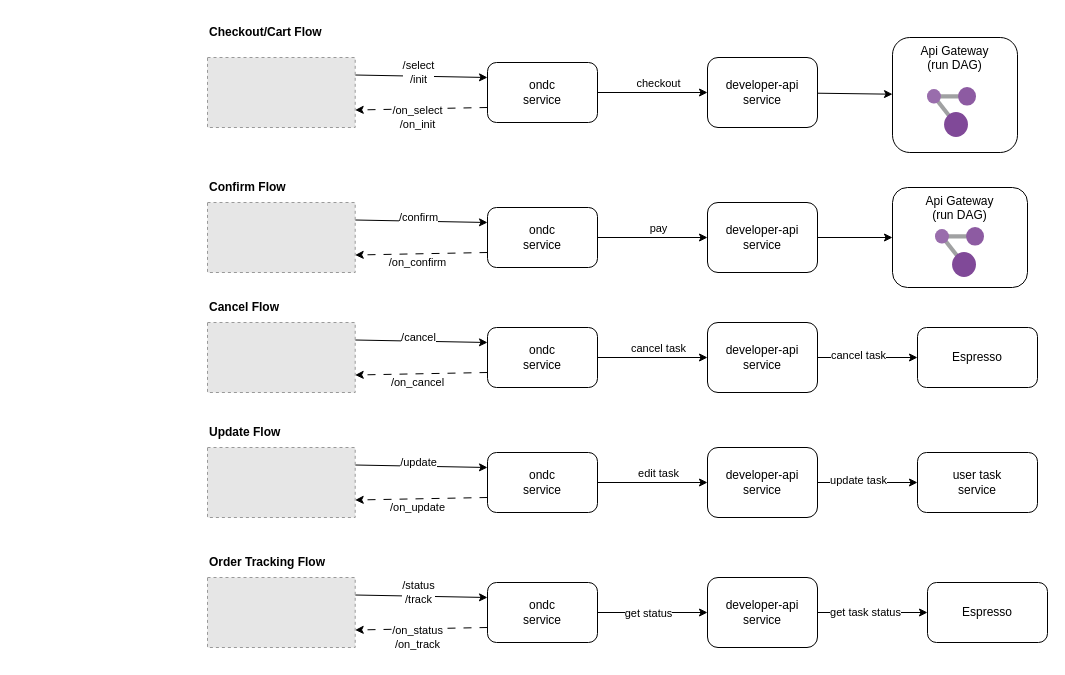
The draw.io diagram ONDC_create_task.drawio in ankush1106/temp, before the edit. Source tidied: cells renumbered, new cells numbered last; positions are measured from the earlier drawing's top-left corner, leaving out a move shared by most shapes. Both pictures are drawn from the tidied source at 100%, with x=0, y=0 at pixel (207, 17). Pictures stored in the file or linked from it are replaced by grey dashed boxes.
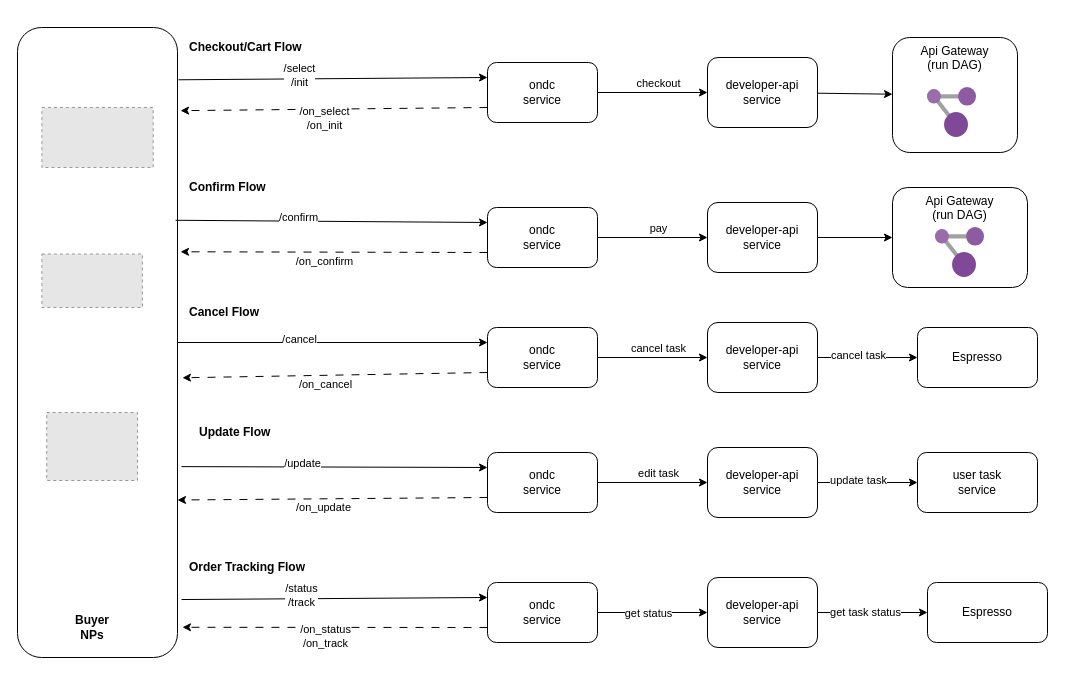
After the change.

The change refers to these unchanged cells:
```xml
<mxCell id="8" value="ondc&lt;br&gt;service" style="rounded=1;whiteSpace=wrap;html=1;" parent="1" vertex="1">
  <mxGeometry x="280" y="45" width="110" height="60" as="geometry" />
</mxCell>
<mxCell id="19" value="ondc&lt;br&gt;service" style="rounded=1;whiteSpace=wrap;html=1;" parent="1" vertex="1">
  <mxGeometry x="280" y="190" width="110" height="60" as="geometry" />
</mxCell>
<mxCell id="30" value="ondc&lt;br&gt;service" style="rounded=1;whiteSpace=wrap;html=1;" parent="1" vertex="1">
  <mxGeometry x="280" y="565" width="110" height="60" as="geometry" />
</mxCell>
<mxCell id="41" value="ondc&lt;br&gt;service" style="rounded=1;whiteSpace=wrap;html=1;" parent="1" vertex="1">
  <mxGeometry x="280" y="310" width="110" height="60" as="geometry" />
</mxCell>
<mxCell id="52" value="ondc&lt;br&gt;service" style="rounded=1;whiteSpace=wrap;html=1;" parent="1" vertex="1">
  <mxGeometry x="280" y="435" width="110" height="60" as="geometry" />
</mxCell>
```

Change to the diagram source:
```diff
@@
-    <mxCell id="2" style="rounded=0;jettySize=auto;html=1;exitX=1;exitY=0.25;exitDx=0;exitDy=0;entryX=0;entryY=0.25;entryDx=0;entryDy=0;" parent="1" edge="1" source="4" target="8">
+    <mxCell id="2" style="rounded=0;jettySize=auto;html=1;exitX=1.006;exitY=0.083;exitDx=0;exitDy=0;entryX=0;entryY=0.25;entryDx=0;entryDy=0;exitPerimeter=0;" parent="1" edge="1" source="62" target="8">
       <mxGeometry relative="1" as="geometry" />
     </mxCell>
@@
-    <mxCell id="4" style="fillColor=#E6E6E6;strokeColor=#999999;dashed=1;verticalLabelPosition=bottom;labelBackgroundColor=default;verticalAlign=top;" parent="1" vertex="1">
-      <mxGeometry y="40" width="147.7" height="70" as="geometry" />
-    </mxCell>
@@
-    <mxCell id="7" value="/on_select&lt;br&gt;/on_init" style="edgeStyle=none;rounded=0;jettySize=auto;html=1;exitX=0;exitY=0.75;exitDx=0;exitDy=0;entryX=1;entryY=0.75;entryDx=0;entryDy=0;dashed=1;dashPattern=8 8;" parent="1" edge="1" source="8" target="4">
+    <mxCell id="7" value="/on_select&lt;br&gt;/on_init" style="edgeStyle=none;rounded=0;jettySize=auto;html=1;exitX=0;exitY=0.75;exitDx=0;exitDy=0;entryX=1.019;entryY=0.132;entryDx=0;entryDy=0;dashed=1;dashPattern=8 8;entryPerimeter=0;" parent="1" edge="1" source="8" target="62">
       <mxGeometry x="0.06" y="9" relative="1" as="geometry" />
     </mxCell>
@@
-    <mxCell id="13" style="rounded=0;jettySize=auto;html=1;exitX=1;exitY=0.25;exitDx=0;exitDy=0;entryX=0;entryY=0.25;entryDx=0;entryDy=0;" parent="1" edge="1" source="15" target="19">
+    <mxCell id="13" style="rounded=0;jettySize=auto;html=1;exitX=0.988;exitY=0.306;exitDx=0;exitDy=0;entryX=0;entryY=0.25;entryDx=0;entryDy=0;exitPerimeter=0;" parent="1" edge="1" source="62" target="19">
       <mxGeometry relative="1" as="geometry" />
     </mxCell>
@@
-    <mxCell id="15" style="fillColor=#E6E6E6;strokeColor=#999999;dashed=1;verticalLabelPosition=bottom;labelBackgroundColor=default;verticalAlign=top;" parent="1" vertex="1">
-      <mxGeometry y="185" width="147.7" height="70" as="geometry" />
-    </mxCell>
@@
-    <mxCell id="18" value="/on_confirm" style="edgeStyle=none;rounded=0;jettySize=auto;html=1;exitX=0;exitY=0.75;exitDx=0;exitDy=0;entryX=1;entryY=0.75;entryDx=0;entryDy=0;dashed=1;dashPattern=8 8;" parent="1" edge="1" source="19" target="15">
+    <mxCell id="18" value="/on_confirm" style="edgeStyle=none;rounded=0;jettySize=auto;html=1;exitX=0;exitY=0.75;exitDx=0;exitDy=0;entryX=1.019;entryY=0.356;entryDx=0;entryDy=0;dashed=1;dashPattern=8 8;entryPerimeter=0;" parent="1" edge="1" source="19" target="62">
       <mxGeometry x="0.06" y="9" relative="1" as="geometry" />
     </mxCell>
@@
-    <mxCell id="24" style="rounded=0;jettySize=auto;html=1;exitX=1;exitY=0.25;exitDx=0;exitDy=0;entryX=0;entryY=0.25;entryDx=0;entryDy=0;" parent="1" edge="1" source="26" target="30">
+    <mxCell id="24" style="rounded=0;jettySize=auto;html=1;exitX=1.025;exitY=0.908;exitDx=0;exitDy=0;entryX=0;entryY=0.25;entryDx=0;entryDy=0;exitPerimeter=0;" parent="1" edge="1" source="62" target="30">
       <mxGeometry relative="1" as="geometry" />
     </mxCell>
@@
-    <mxCell id="26" style="fillColor=#E6E6E6;strokeColor=#999999;dashed=1;verticalLabelPosition=bottom;labelBackgroundColor=default;verticalAlign=top;" parent="1" vertex="1">
-      <mxGeometry y="560" width="147.7" height="70" as="geometry" />
-    </mxCell>
@@
-    <mxCell id="29" value="/on_status&lt;br&gt;/on_track" style="edgeStyle=none;rounded=0;jettySize=auto;html=1;exitX=0;exitY=0.75;exitDx=0;exitDy=0;entryX=1;entryY=0.75;entryDx=0;entryDy=0;dashed=1;dashPattern=8 8;" parent="1" edge="1" source="30" target="26">
+    <mxCell id="29" value="/on_status&lt;br&gt;/on_track" style="edgeStyle=none;rounded=0;jettySize=auto;html=1;exitX=0;exitY=0.75;exitDx=0;exitDy=0;entryX=1.031;entryY=0.952;entryDx=0;entryDy=0;dashed=1;dashPattern=8 8;entryPerimeter=0;" parent="1" edge="1" source="30" target="62">
       <mxGeometry x="0.06" y="9" relative="1" as="geometry" />
     </mxCell>
@@
-    <mxCell id="35" style="rounded=0;jettySize=auto;html=1;exitX=1;exitY=0.25;exitDx=0;exitDy=0;entryX=0;entryY=0.25;entryDx=0;entryDy=0;" parent="1" edge="1" source="37" target="41">
+    <mxCell id="35" style="rounded=0;jettySize=auto;html=1;exitX=1;exitY=0.5;exitDx=0;exitDy=0;entryX=0;entryY=0.25;entryDx=0;entryDy=0;" parent="1" edge="1" source="62" target="41">
       <mxGeometry relative="1" as="geometry" />
     </mxCell>
@@
-    <mxCell id="37" style="fillColor=#E6E6E6;strokeColor=#999999;dashed=1;verticalLabelPosition=bottom;labelBackgroundColor=default;verticalAlign=top;" parent="1" vertex="1">
-      <mxGeometry y="305" width="147.7" height="70" as="geometry" />
-    </mxCell>
@@
-    <mxCell id="40" value="/on_cancel" style="edgeStyle=none;rounded=0;jettySize=auto;html=1;exitX=0;exitY=0.75;exitDx=0;exitDy=0;entryX=1;entryY=0.75;entryDx=0;entryDy=0;dashed=1;dashPattern=8 8;" parent="1" edge="1" source="41" target="37">
+    <mxCell id="40" value="/on_cancel" style="edgeStyle=none;rounded=0;jettySize=auto;html=1;exitX=0;exitY=0.75;exitDx=0;exitDy=0;entryX=1.031;entryY=0.556;entryDx=0;entryDy=0;dashed=1;dashPattern=8 8;entryPerimeter=0;" parent="1" edge="1" source="41" target="62">
       <mxGeometry x="0.06" y="9" relative="1" as="geometry" />
     </mxCell>
@@
-    <mxCell id="46" style="rounded=0;jettySize=auto;html=1;exitX=1;exitY=0.25;exitDx=0;exitDy=0;entryX=0;entryY=0.25;entryDx=0;entryDy=0;" parent="1" edge="1" source="48" target="52">
+    <mxCell id="46" style="rounded=0;jettySize=auto;html=1;exitX=1.025;exitY=0.697;exitDx=0;exitDy=0;entryX=0;entryY=0.25;entryDx=0;entryDy=0;exitPerimeter=0;" parent="1" edge="1" source="62" target="52">
       <mxGeometry relative="1" as="geometry" />
     </mxCell>
@@
-    <mxCell id="48" style="fillColor=#E6E6E6;strokeColor=#999999;dashed=1;verticalLabelPosition=bottom;labelBackgroundColor=default;verticalAlign=top;" parent="1" vertex="1">
-      <mxGeometry y="430" width="147.7" height="70" as="geometry" />
-    </mxCell>
@@
-    <mxCell id="51" value="/on_update" style="edgeStyle=none;rounded=0;jettySize=auto;html=1;exitX=0;exitY=0.75;exitDx=0;exitDy=0;entryX=1;entryY=0.75;entryDx=0;entryDy=0;dashed=1;dashPattern=8 8;" parent="1" edge="1" source="52" target="48">
+    <mxCell id="51" value="/on_update" style="edgeStyle=none;rounded=0;jettySize=auto;html=1;exitX=0;exitY=0.75;exitDx=0;exitDy=0;entryX=1;entryY=0.75;entryDx=0;entryDy=0;dashed=1;dashPattern=8 8;" parent="1" edge="1" source="52" target="62">
       <mxGeometry x="0.06" y="9" relative="1" as="geometry" />
     </mxCell>
@@
     <mxCell id="57" value="&lt;b&gt;Checkout/Cart Flow&lt;/b&gt;" style="text;html=1;strokeColor=none;fillColor=none;align=left;verticalAlign=middle;whiteSpace=wrap;rounded=0;" parent="1" vertex="1">
-      <mxGeometry width="120" height="30" as="geometry" />
+      <mxGeometry x="-20" y="15" width="120" height="30" as="geometry" />
     </mxCell>
     <mxCell id="58" value="&lt;b&gt;Confirm Flow&lt;/b&gt;" style="text;html=1;strokeColor=none;fillColor=none;align=left;verticalAlign=middle;whiteSpace=wrap;rounded=0;" parent="1" vertex="1">
-      <mxGeometry y="155" width="120" height="30" as="geometry" />
+      <mxGeometry x="-20" y="155" width="120" height="30" as="geometry" />
     </mxCell>
     <mxCell id="59" value="&lt;b&gt;Cancel Flow&lt;/b&gt;" style="text;html=1;strokeColor=none;fillColor=none;align=left;verticalAlign=middle;whiteSpace=wrap;rounded=0;" parent="1" vertex="1">
-      <mxGeometry y="275" width="120" height="30" as="geometry" />
+      <mxGeometry x="-20" y="280" width="120" height="30" as="geometry" />
     </mxCell>
     <mxCell id="60" value="&lt;b&gt;Update Flow&lt;/b&gt;" style="text;html=1;strokeColor=none;fillColor=none;align=left;verticalAlign=middle;whiteSpace=wrap;rounded=0;" parent="1" vertex="1">
-      <mxGeometry y="400" width="120" height="30" as="geometry" />
+      <mxGeometry x="-10" y="400" width="120" height="30" as="geometry" />
     </mxCell>
     <mxCell id="61" value="&lt;b&gt;Order Tracking Flow&lt;/b&gt;" style="text;html=1;strokeColor=none;fillColor=none;align=left;verticalAlign=middle;whiteSpace=wrap;rounded=0;" parent="1" vertex="1">
-      <mxGeometry y="530" width="120" height="30" as="geometry" />
+      <mxGeometry x="-20" y="535" width="120" height="30" as="geometry" />
     </mxCell>
+    <mxCell id="62" style="rounded=1;whiteSpace=wrap;html=1;fillColor=none;" parent="1" vertex="1">
+      <mxGeometry x="-190" y="10" width="160" height="630" as="geometry" />
+    </mxCell>
+    <mxCell id="63" style="fillColor=#E6E6E6;strokeColor=#999999;dashed=1;verticalLabelPosition=bottom;labelBackgroundColor=default;verticalAlign=top;" parent="1" vertex="1">
+      <mxGeometry x="-165.6" y="90" width="111.3" height="60" as="geometry" />
+    </mxCell>
+    <mxCell id="64" style="fillColor=#E6E6E6;strokeColor=#999999;dashed=1;verticalLabelPosition=bottom;labelBackgroundColor=default;verticalAlign=top;" parent="1" vertex="1">
+      <mxGeometry x="-160.8" y="395" width="90.8" height="68" as="geometry" />
+    </mxCell>
+    <mxCell id="65" style="fillColor=#E6E6E6;strokeColor=#999999;dashed=1;verticalLabelPosition=bottom;labelBackgroundColor=default;verticalAlign=top;" parent="1" vertex="1">
+      <mxGeometry x="-165.6" y="236.5" width="100.5" height="53.5" as="geometry" />
+    </mxCell>
+    <mxCell id="66" value="&lt;b&gt;Buyer NPs&lt;/b&gt;" style="text;html=1;strokeColor=none;fillColor=none;align=center;verticalAlign=middle;whiteSpace=wrap;rounded=0;" parent="1" vertex="1">
+      <mxGeometry x="-145.4" y="595" width="60" height="30" as="geometry" />
+    </mxCell>
```
